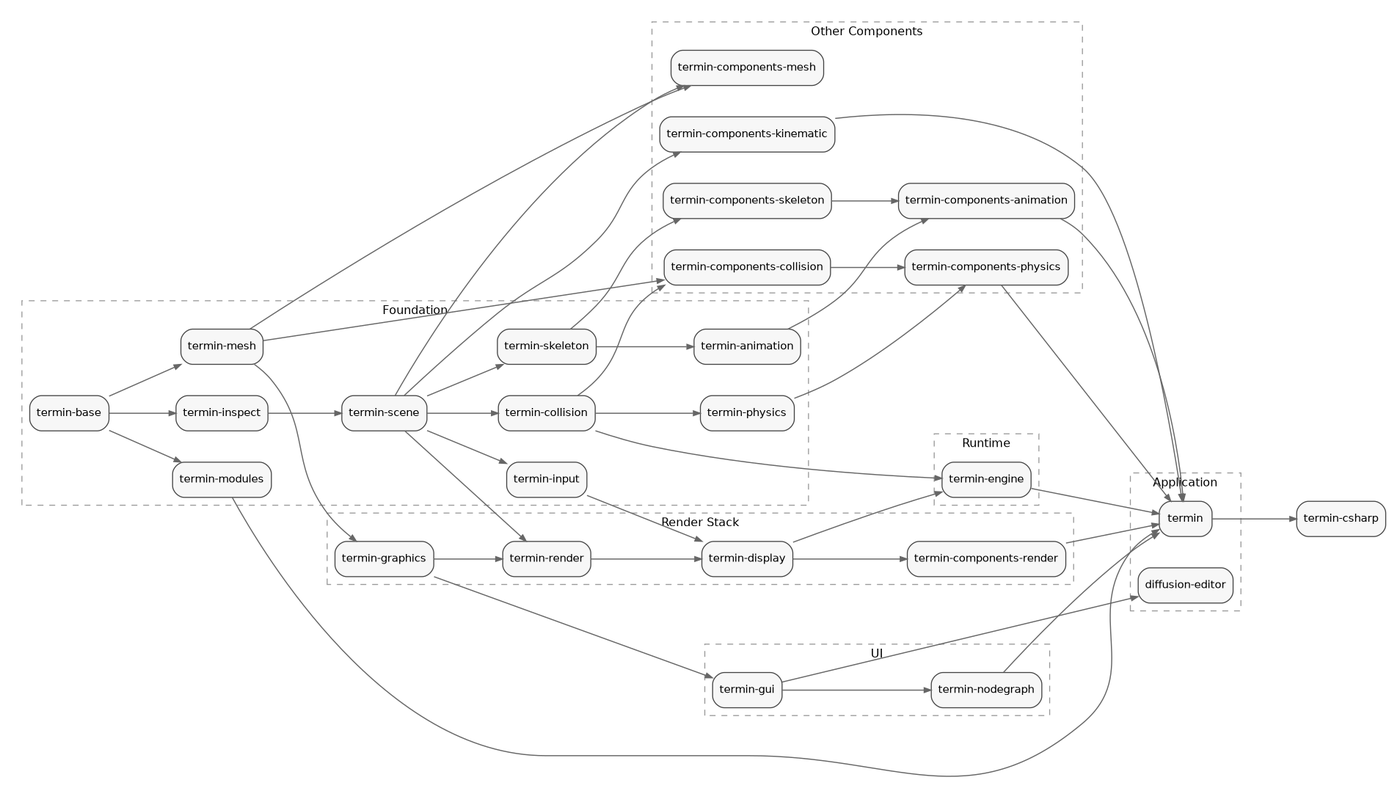
This is docs/library-dependencies.png from mirmik/termin, a Graphviz export, as it was before one commit. Its source is kept beside it as docs/library-dependencies.dot.
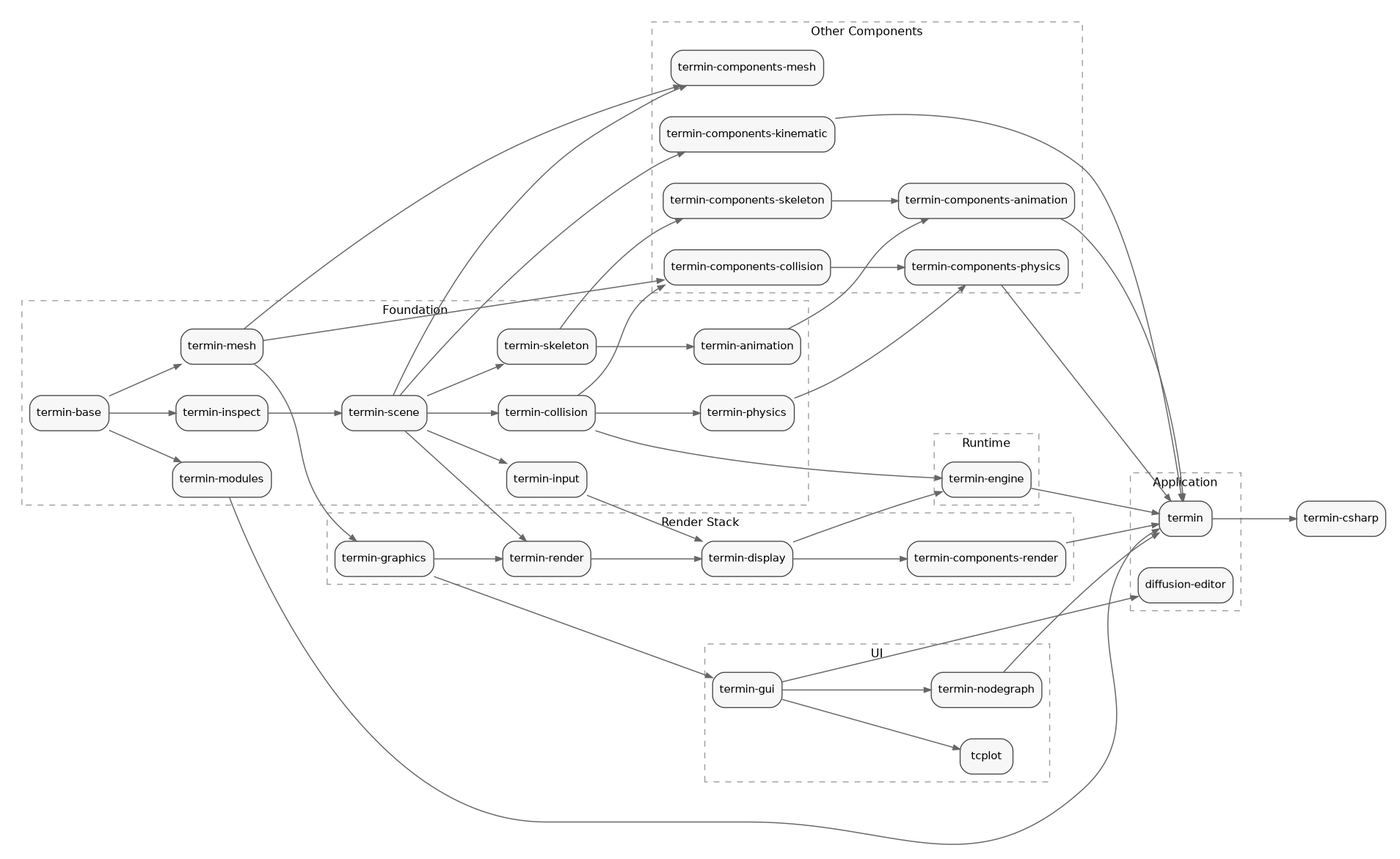
Later version of the same file.

Commit message:
'add tcplot to graph'

The edit, as a diff of the source:
```diff
@@ -89,6 +89,7 @@
 		color="#999999";
 		fontname="DejaVu Sans";
 		fontsize=12;
+		"tcplot";
 		"termin-gui";
 		"termin-nodegraph";
 	}
@@ -115,6 +116,7 @@
 	"termin-graphics" -> "termin-gui";
 	"termin-graphics" -> "termin-render";
 	"termin-gui" -> "diffusion-editor";
+	"termin-gui" -> "tcplot";
 	"termin-gui" -> "termin-nodegraph";
 	"termin-input" -> "termin-display";
 	"termin-inspect" -> "termin-scene";
```
